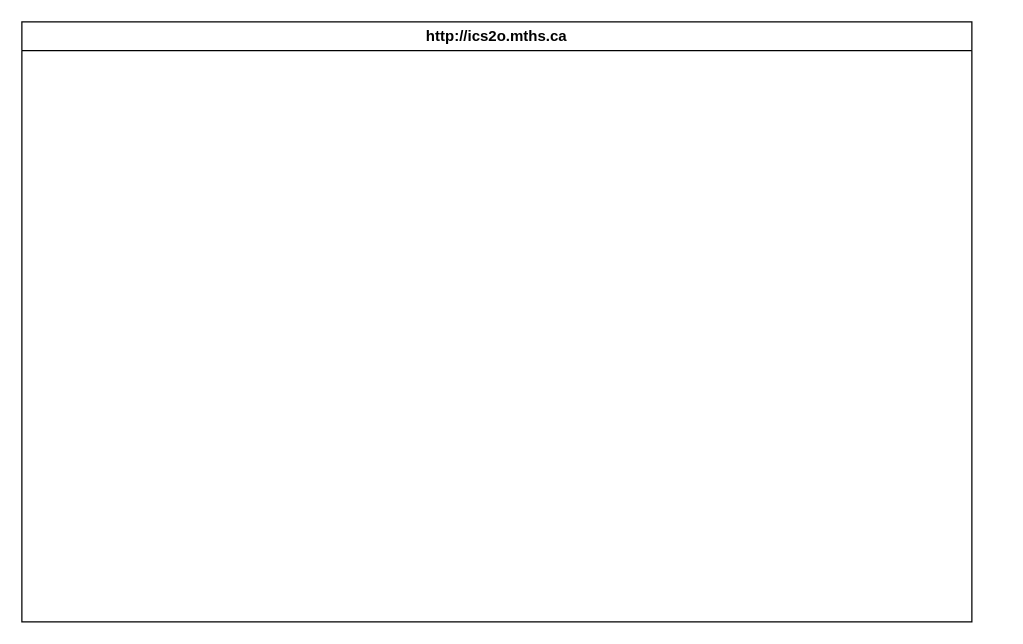
Above: design/storyboard.drawio in MTHS-ICS2O-2-2022/ICS2O-Unit-5-03-janet-do (draw.io), before the change. Source tidied: cells renumbered, new cells numbered last; positions are measured from the earlier drawing's top-left corner, leaving out a move shared by most shapes. Both pictures are drawn from the tidied source at 125%, with x=0, y=0 at pixel (21, 21).
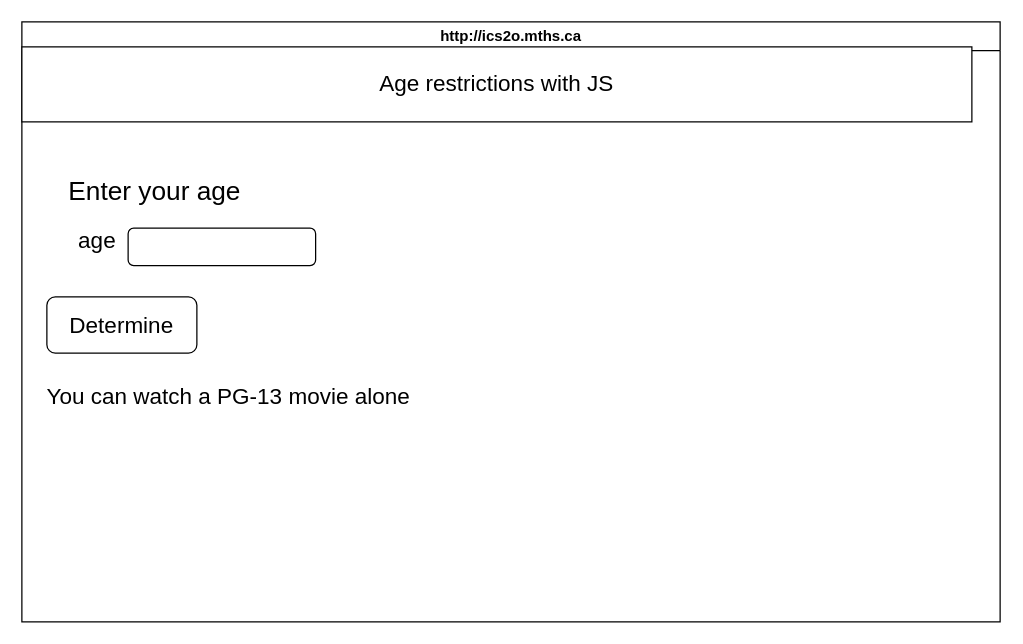
After the change.

What changed in the source:
```diff
@@
 <mxGraphModel>
   <root>
     <mxCell id="0" />
     <mxCell id="1" parent="0" />
     <mxCell id="2" value="http://ics2o.mths.ca" style="swimlane;whiteSpace=wrap;html=1;" parent="1" vertex="1">
-      <mxGeometry width="760" height="480" as="geometry" />
+      <mxGeometry width="782.6" height="480" as="geometry" />
     </mxCell>
+    <mxCell id="3" value="&lt;span style=&quot;font-size: 18px;&quot;&gt;Age restrictions with JS&lt;/span&gt;" style="rounded=0;whiteSpace=wrap;html=1;" parent="2" vertex="1">
+      <mxGeometry y="20" width="760" height="60" as="geometry" />
+    </mxCell>
+    <mxCell id="4" value="&lt;span style=&quot;font-size: 21px;&quot;&gt;Enter your age&lt;/span&gt;" style="text;html=1;align=center;verticalAlign=middle;strokeColor=none;fillColor=none;fontSize=18;" parent="2" vertex="1">
+      <mxGeometry x="26" y="115" width="160" height="40" as="geometry" />
+    </mxCell>
+    <mxCell id="5" style="rounded=1;whiteSpace=wrap;html=1;fontSize=18;" parent="2" vertex="1">
+      <mxGeometry x="85" y="165" width="150" height="30" as="geometry" />
+    </mxCell>
+    <mxCell id="6" value="age" style="text;html=1;align=center;verticalAlign=middle;strokeColor=none;fillColor=none;fontSize=18;" parent="2" vertex="1">
+      <mxGeometry x="35" y="155" width="50" height="40" as="geometry" />
+    </mxCell>
+    <mxCell id="7" value="Determine" style="rounded=1;whiteSpace=wrap;html=1;fontSize=18;" parent="2" vertex="1">
+      <mxGeometry x="20" y="220" width="120" height="45" as="geometry" />
+    </mxCell>
+    <mxCell id="8" value="You can watch a PG-13 movie alone" style="text;html=1;align=center;verticalAlign=middle;strokeColor=none;fillColor=none;fontSize=18;" parent="2" vertex="1">
+      <mxGeometry x="10" y="280" width="310" height="40" as="geometry" />
+    </mxCell>
   </root>
 </mxGraphModel>
```
